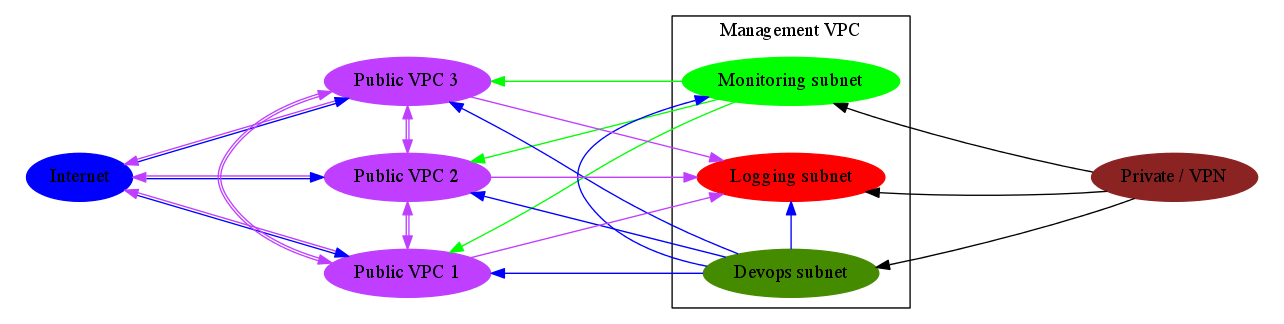
This is docs/overall_layout.png from jpancoast/cloudsetup, a Graphviz export, as it was before one commit. Its source is kept beside it as docs/overall_layout.dot.
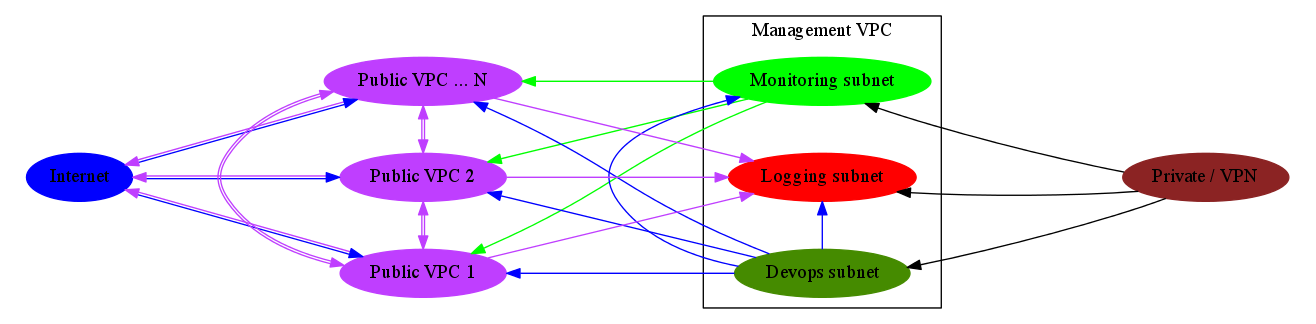
The same file after the commit.

Commit message:
now 'N' number of VPC's

The edit, as a diff of the source:
```diff
@@ -8,7 +8,7 @@
 
     "Public VPC 1" [ color = "darkorchid1", style = filled ]
     "Public VPC 2" [ color = "darkorchid1", style = filled ]
-    "Public VPC 3" [ color = "darkorchid1", style = filled ]
+    "Public VPC ... N" [ color = "darkorchid1", style = filled ]
 
     "Private / VPN" [ color = "brown4", style = filled ]
 
@@ -29,11 +29,11 @@
 
         "Public VPC 1";
         "Public VPC 2";
-        "Public VPC 3";
+        "Public VPC ... N";
 
         {
             rank="same"
-            "Public VPC 1";"Public VPC 2";"Public VPC 3";
+            "Public VPC 1";"Public VPC 2";"Public VPC ... N";
         }
     }
 
@@ -66,23 +66,23 @@
 
     Internet -> "Public VPC 1" [dir=both color="blue:darkorchid1" constraint=false];
     Internet -> "Public VPC 2" [dir=both color="blue:darkorchid1"];
-    Internet -> "Public VPC 3" [dir=both color="blue:darkorchid1" constraint=false];
+    Internet -> "Public VPC ... N" [dir=both color="blue:darkorchid1" constraint=false];
 
     "Public VPC 1" -> "Public VPC 2"[dir=both color="darkorchid1:darkorchid1"];
-    "Public VPC 1" -> "Public VPC 3"[dir=both color="darkorchid1:darkorchid1"];
-    "Public VPC 2" -> "Public VPC 3"[dir=both color="darkorchid1:darkorchid1"];
+    "Public VPC 1" -> "Public VPC ... N"[dir=both color="darkorchid1:darkorchid1"];
+    "Public VPC 2" -> "Public VPC ... N"[dir=both color="darkorchid1:darkorchid1"];
 
     "Public VPC 1" -> "Logging subnet"[ color = "darkorchid1" ];
     "Public VPC 2" -> "Logging subnet"[ color = "darkorchid1" ];
-    "Public VPC 3" -> "Logging subnet"[ color = "darkorchid1" ];
+    "Public VPC ... N" -> "Logging subnet"[ color = "darkorchid1" ];
 
     "Monitoring subnet" -> "Public VPC 1"[ color="green" constraint=false];
     "Monitoring subnet" -> "Public VPC 2"[ color="green"];
-    "Monitoring subnet" -> "Public VPC 3"[ color="green"];
+    "Monitoring subnet" -> "Public VPC ... N"[ color="green"];
 
     "Devops subnet" -> "Public VPC 1"[constraint=false color="blue"];
     "Devops subnet" -> "Public VPC 2"[constraint=false color="blue"];
-    "Devops subnet" -> "Public VPC 3"[constraint=false color="blue"];
+    "Devops subnet" -> "Public VPC ... N"[constraint=false color="blue"];
 
     "Devops subnet" -> "Logging subnet" [ color="blue" ];
     "Devops subnet" -> "Monitoring subnet"[ color="blue" ];
```
